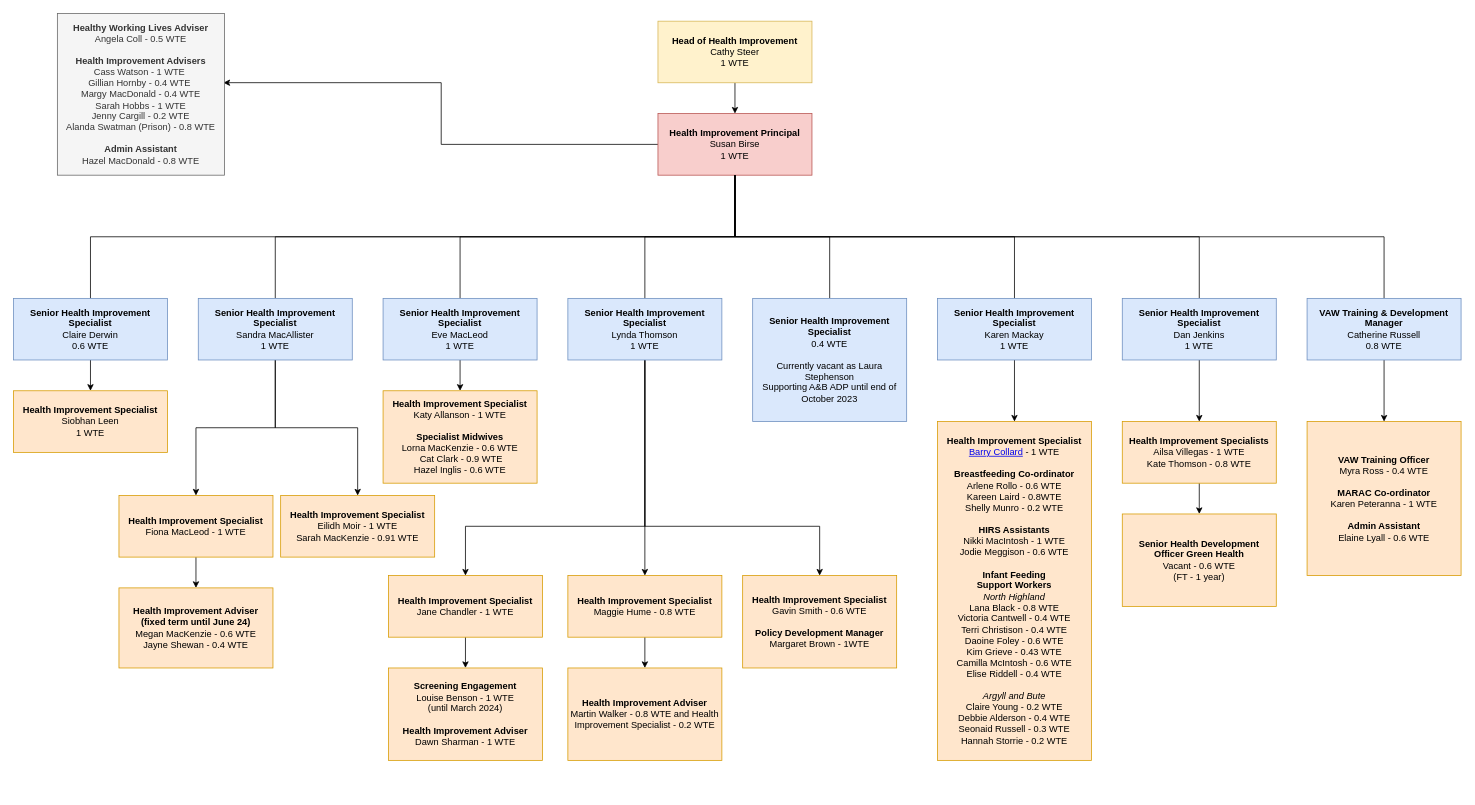
Earlier version of the draw.io diagram Untitled Diagram.drawio (barrycollard/staffOrgChart). Source tidied: cells renumbered, new cells numbered last; positions are measured from the earlier drawing's top-left corner, leaving out a move shared by most shapes. Both pictures are drawn from the tidied source at 77%, with x=0, y=0 at pixel (13, 13).
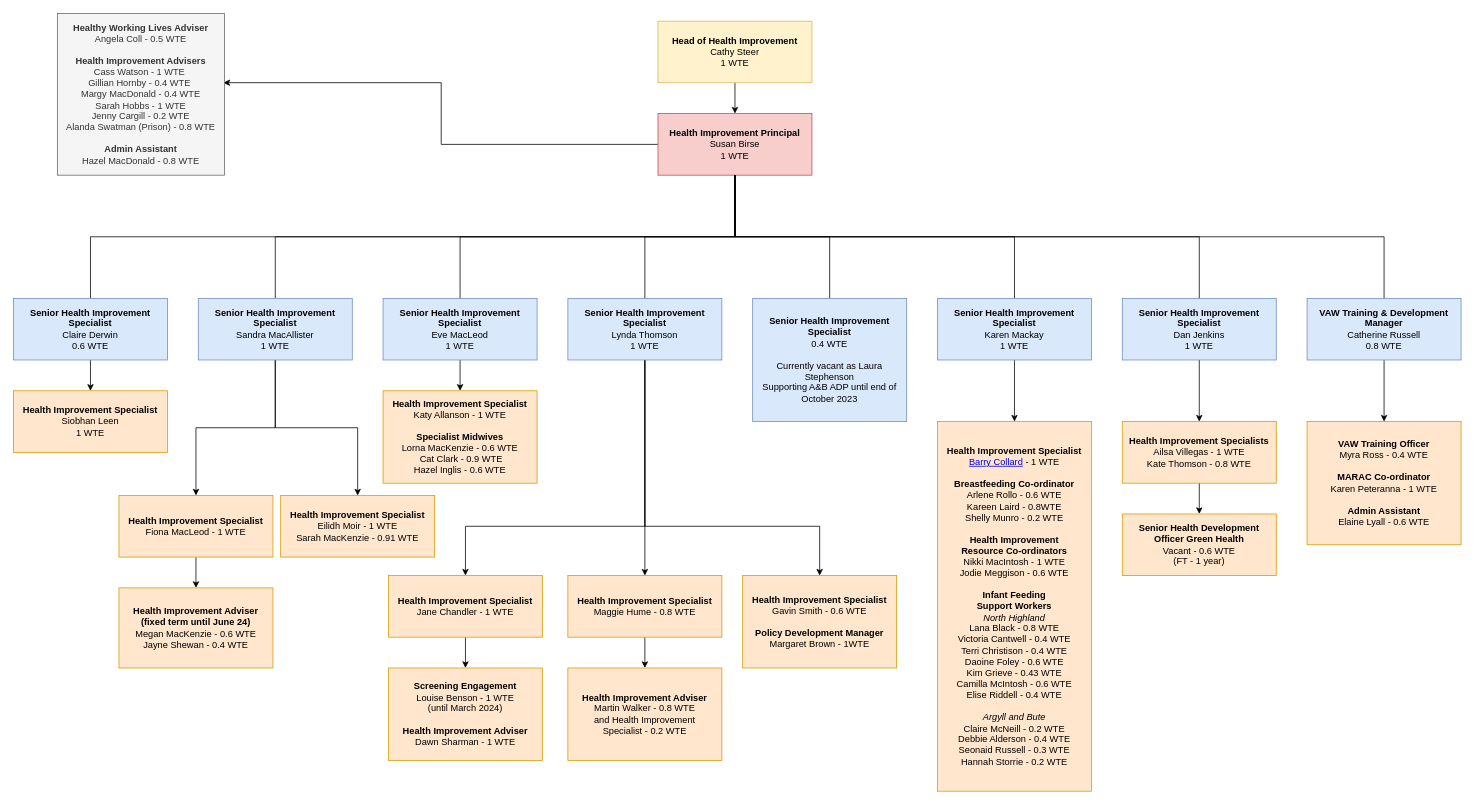
After the change.

Commit message:
updated HIRS assistants titles

What changed in the source:
```diff
@@
-    <mxCell id="33" value="&lt;div&gt;&lt;b&gt;Health Improvement Specialist&lt;/b&gt;&lt;/div&gt;&lt;div&gt;&lt;a href=&quot;https://nhshighland.publichealth.scot.nhs.uk/staff/barry-collard/&quot;&gt;Barry Collard&lt;/a&gt; - 1 WTE&lt;/div&gt;&lt;div&gt;&lt;b&gt;&lt;br&gt;&lt;/b&gt;&lt;/div&gt;&lt;div&gt;&lt;b&gt;Breastfeeding Co-ordinator&lt;/b&gt;&lt;/div&gt;&lt;div&gt;Arlene Rollo - 0.6 WTE&lt;/div&gt;&lt;div&gt;&lt;div&gt;Kareen Laird - 0.8WTE&lt;/div&gt;&lt;div&gt;Shelly Munro - 0.2 WTE&lt;/div&gt;&lt;/div&gt;&lt;div&gt;&lt;b&gt;&lt;br&gt;&lt;/b&gt;&lt;/div&gt;&lt;div&gt;&lt;b&gt;HIRS Assistants&lt;/b&gt;&lt;/div&gt;&lt;div&gt;Nikki MacIntosh - 1 WTE&lt;/div&gt;&lt;div&gt;Jodie Meggison - 0.6 WTE&lt;/div&gt;&lt;div&gt;&lt;b&gt;&lt;br&gt;&lt;/b&gt;&lt;/div&gt;&lt;div&gt;&lt;b&gt;Infant Feeding&lt;br&gt;Support Workers&lt;/b&gt;&lt;/div&gt;&lt;div&gt;&lt;div style=&quot;&quot;&gt;&lt;i&gt;North Highland&lt;/i&gt;&lt;/div&gt;&lt;div style=&quot;&quot;&gt;Lana Black - 0.8 WTE&lt;/div&gt;&lt;div style=&quot;&quot;&gt;Victoria Cantwell - 0.4 WTE&lt;/div&gt;&lt;div style=&quot;&quot;&gt;Terri Christison - 0.4 WTE&lt;/div&gt;&lt;div style=&quot;&quot;&gt;Daoine Foley - 0.6 WTE&lt;/div&gt;&lt;div style=&quot;&quot;&gt;Kim Grieve - 0.43 WTE&lt;/div&gt;&lt;div style=&quot;&quot;&gt;Camilla McIntosh - 0.6 WTE&lt;/div&gt;&lt;div style=&quot;&quot;&gt;Elise Riddell - 0.4 WTE&lt;/div&gt;&lt;div style=&quot;&quot;&gt;&lt;br&gt;&lt;/div&gt;&lt;div style=&quot;&quot;&gt;&lt;i&gt;Argyll and Bute&lt;/i&gt;&lt;/div&gt;&lt;div style=&quot;&quot;&gt;Claire Young - 0.2 WTE&lt;/div&gt;&lt;div style=&quot;&quot;&gt;Debbie Alderson - 0.4 WTE&lt;/div&gt;&lt;div style=&quot;&quot;&gt;Seonaid Russell - 0.3 WTE&lt;/div&gt;&lt;div style=&quot;&quot;&gt;Hannah Storrie - 0.2 WTE&lt;/div&gt;&lt;/div&gt;" style="rounded=0;whiteSpace=wrap;html=1;fillColor=#ffe6cc;strokeColor=#d79b00;" parent="1" vertex="1">
-      <mxGeometry x="1200" y="530" width="200" height="440" as="geometry" />
+    <mxCell id="33" value="&lt;div&gt;&lt;b&gt;Health Improvement Specialist&lt;/b&gt;&lt;/div&gt;&lt;div&gt;&lt;a href=&quot;https://nhshighland.publichealth.scot.nhs.uk/staff/barry-collard/&quot;&gt;Barry Collard&lt;/a&gt; - 1 WTE&lt;/div&gt;&lt;div&gt;&lt;b&gt;&lt;br&gt;&lt;/b&gt;&lt;/div&gt;&lt;div&gt;&lt;b&gt;Breastfeeding Co-ordinator&lt;/b&gt;&lt;/div&gt;&lt;div&gt;Arlene Rollo - 0.6 WTE&lt;/div&gt;&lt;div&gt;&lt;div&gt;Kareen Laird - 0.8WTE&lt;/div&gt;&lt;div&gt;Shelly Munro - 0.2 WTE&lt;/div&gt;&lt;/div&gt;&lt;div&gt;&lt;b&gt;&lt;br&gt;&lt;/b&gt;&lt;/div&gt;&lt;b&gt;Health Improvement &lt;br&gt;Resource Co-ordinators&lt;/b&gt;&lt;br&gt;&lt;div&gt;Nikki MacIntosh - 1 WTE&lt;/div&gt;&lt;div&gt;Jodie Meggison - 0.6 WTE&lt;/div&gt;&lt;div&gt;&lt;b&gt;&lt;br&gt;&lt;/b&gt;&lt;/div&gt;&lt;div&gt;&lt;b&gt;Infant Feeding&lt;br&gt;Support Workers&lt;/b&gt;&lt;/div&gt;&lt;div&gt;&lt;div style=&quot;&quot;&gt;&lt;i&gt;North Highland&lt;/i&gt;&lt;/div&gt;&lt;div style=&quot;&quot;&gt;Lana Black - 0.8 WTE&lt;/div&gt;&lt;div style=&quot;&quot;&gt;Victoria Cantwell - 0.4 WTE&lt;/div&gt;&lt;div style=&quot;&quot;&gt;Terri Christison - 0.4 WTE&lt;/div&gt;&lt;div style=&quot;&quot;&gt;Daoine Foley - 0.6 WTE&lt;/div&gt;&lt;div style=&quot;&quot;&gt;Kim Grieve - 0.43 WTE&lt;/div&gt;&lt;div style=&quot;&quot;&gt;Camilla McIntosh - 0.6 WTE&lt;/div&gt;&lt;div style=&quot;&quot;&gt;Elise Riddell - 0.4 WTE&lt;/div&gt;&lt;div style=&quot;&quot;&gt;&lt;br&gt;&lt;/div&gt;&lt;div style=&quot;&quot;&gt;&lt;i&gt;Argyll and Bute&lt;/i&gt;&lt;/div&gt;&lt;div style=&quot;&quot;&gt;Claire&amp;nbsp;McNeill&amp;nbsp;- 0.2 WTE&lt;/div&gt;&lt;div style=&quot;&quot;&gt;Debbie Alderson - 0.4 WTE&lt;/div&gt;&lt;div style=&quot;&quot;&gt;Seonaid Russell - 0.3 WTE&lt;/div&gt;&lt;div style=&quot;&quot;&gt;Hannah Storrie - 0.2 WTE&lt;/div&gt;&lt;/div&gt;" style="rounded=0;whiteSpace=wrap;html=1;fillColor=#ffe6cc;strokeColor=#d79b00;" parent="1" vertex="1">
+      <mxGeometry x="1200" y="530" width="200" height="480" as="geometry" />
     </mxCell>
@@
     <mxCell id="43" value="&lt;div&gt;&lt;b&gt;VAW Training Officer&lt;/b&gt;&lt;/div&gt;&lt;div&gt;Myra Ross - 0.4 WTE&lt;/div&gt;&lt;div&gt;&lt;br&gt;&lt;/div&gt;&lt;div&gt;&lt;b&gt;MARAC Co-ordinator&lt;/b&gt;&lt;/div&gt;&lt;div&gt;Karen Peteranna - 1 WTE&lt;/div&gt;&lt;div&gt;&lt;br&gt;&lt;/div&gt;&lt;div&gt;&lt;b&gt;Admin Assistant&lt;/b&gt;&lt;/div&gt;&lt;div&gt;Elaine Lyall - 0.6 WTE&lt;/div&gt;" style="rounded=0;whiteSpace=wrap;html=1;fillColor=#ffe6cc;strokeColor=#d79b00;" parent="1" vertex="1">
-      <mxGeometry x="1680" y="530" width="200" height="200" as="geometry" />
+      <mxGeometry x="1680" y="530" width="200" height="160" as="geometry" />
     </mxCell>
-    <mxCell id="44" value="&lt;div&gt;&lt;b&gt;Health Improvement Adviser&lt;/b&gt;&lt;/div&gt;&lt;div&gt;&lt;div&gt;Martin Walker - 0.8 WTE and&amp;nbsp;&lt;span style=&quot;background-color: initial;&quot;&gt;Health Improvement Specialist - 0.2 WTE&lt;/span&gt;&lt;/div&gt;&lt;/div&gt;" style="rounded=0;whiteSpace=wrap;html=1;fillColor=#ffe6cc;strokeColor=#d79b00;" parent="1" vertex="1">
+    <mxCell id="44" value="&lt;div&gt;&lt;b&gt;Health Improvement Adviser&lt;/b&gt;&lt;/div&gt;&lt;div&gt;&lt;div&gt;Martin Walker - 0.8 WTE &lt;br&gt;and&amp;nbsp;&lt;span style=&quot;background-color: initial;&quot;&gt;Health Improvement &lt;br&gt;Specialist - 0.2 WTE&lt;/span&gt;&lt;/div&gt;&lt;/div&gt;" style="rounded=0;whiteSpace=wrap;html=1;fillColor=#ffe6cc;strokeColor=#d79b00;" parent="1" vertex="1">
       <mxGeometry x="720" y="850" width="200" height="120" as="geometry" />
     </mxCell>
@@
     <mxCell id="50" value="&lt;div&gt;&lt;b style=&quot;background-color: initial;&quot;&gt;Senior Health Development Officer Green Health&lt;/b&gt;&lt;br&gt;&lt;/div&gt;&lt;div&gt;Vacant - 0.6 WTE&lt;br&gt;(FT - 1 year)&lt;/div&gt;" style="rounded=0;whiteSpace=wrap;html=1;fillColor=#ffe6cc;strokeColor=#d79b00;" parent="1" vertex="1">
-      <mxGeometry x="1440" y="650" width="200" height="120" as="geometry" />
+      <mxGeometry x="1440" y="650" width="200" height="80" as="geometry" />
     </mxCell>
```
